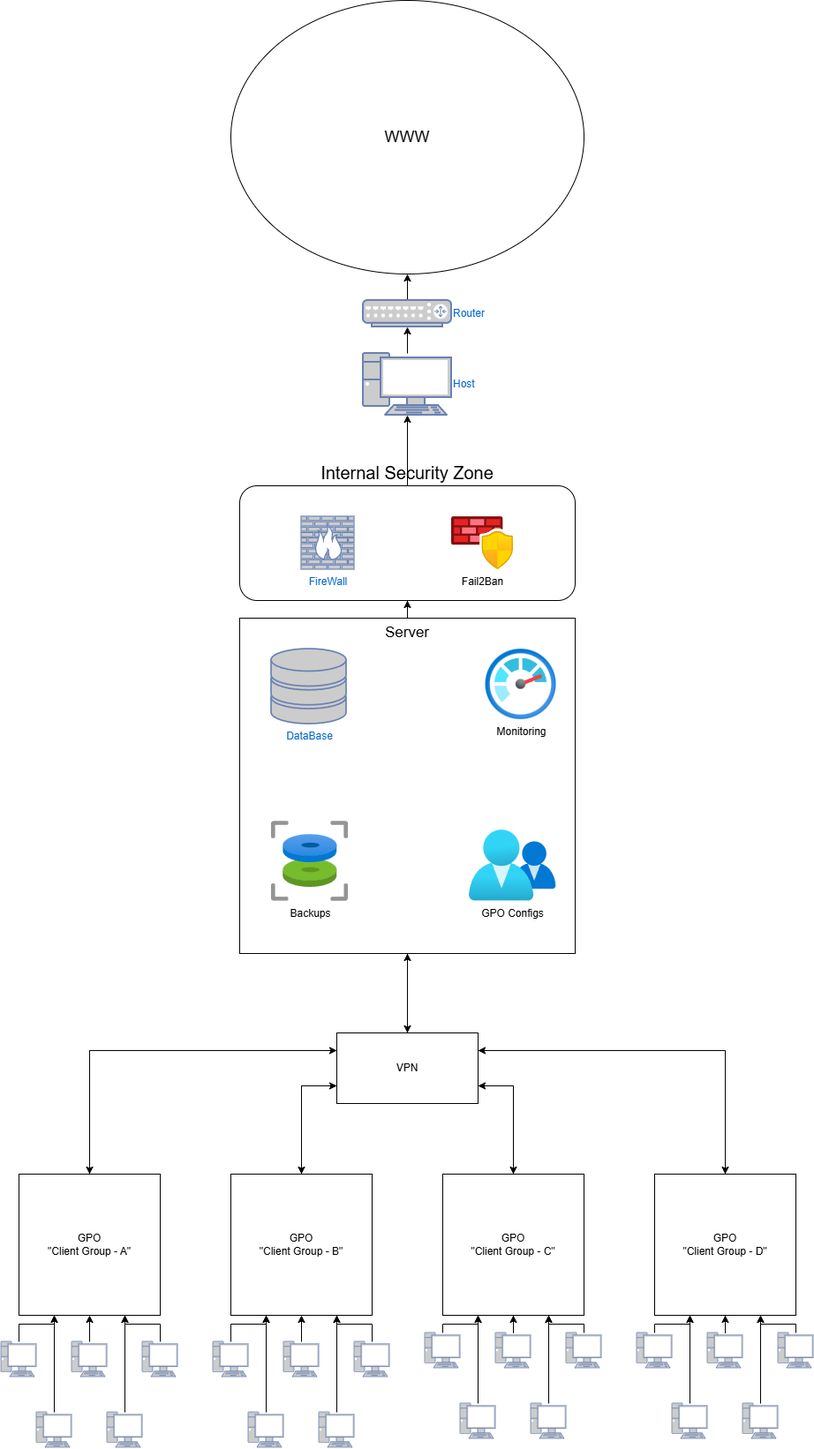
deNStep123/home-mini-company-infrastructure keeps this draw.io diagram as architecture/HMCI Internal Architecture.png. Above is the earlier version. Source tidied: cells renumbered, new cells last; positions are measured from the earlier drawing's top-left corner, leaving out a move shared by most shapes.
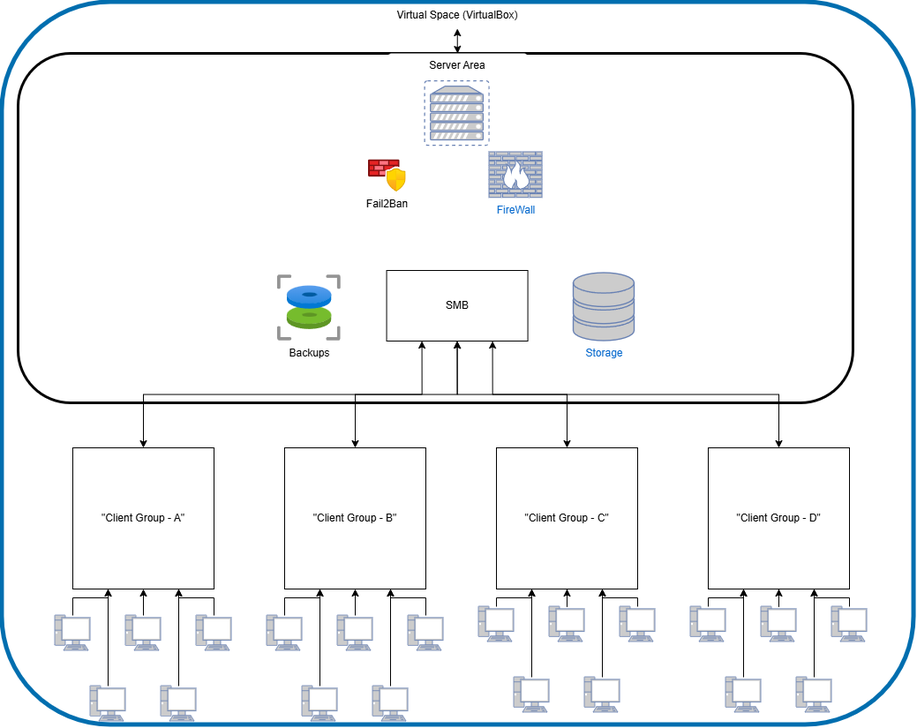
After the commit.

The edit, as a diff of the source:
```diff
@@ -1,74 +1,31 @@
-<mxGraphModel>
+<mxGraphModel background="light-dark(#FFFFFF,#000000)">
   <root>
     <mxCell id="0" />
     <mxCell id="1" parent="0" />
-    <mxCell id="2" style="edgeStyle=orthogonalEdgeStyle;rounded=0;jettySize=auto;html=1;entryX=0.5;entryY=1;entryDx=0;entryDy=0;" parent="1" edge="1" source="4" target="5">
-      <mxGeometry relative="1" as="geometry" />
-    </mxCell>
-    <mxCell id="3" style="edgeStyle=orthogonalEdgeStyle;rounded=0;jettySize=auto;html=1;exitX=0.5;exitY=1;exitDx=0;exitDy=0;entryX=0.5;entryY=0;entryDx=0;entryDy=0;" parent="1" edge="1" source="4" target="19">
-      <mxGeometry relative="1" as="geometry" />
-    </mxCell>
-    <mxCell id="4" value="&lt;font style=&quot;font-size: 17px;&quot;&gt;Server&lt;/font&gt;" style="whiteSpace=wrap;html=1;fillColor=default;horizontal=1;verticalAlign=top;" parent="1" vertex="1">
-      <mxGeometry x="270" y="700" width="380" height="380" as="geometry" />
-    </mxCell>
-    <mxCell id="5" value="Internal Security Zone" style="rounded=1;whiteSpace=wrap;html=1;fillColor=default;labelPosition=center;verticalLabelPosition=top;align=center;verticalAlign=bottom;autosizeText=0;fontSize=20;convertToSvg=0;svgWhiteSpace=wrap;" parent="1" vertex="1">
-      <mxGeometry x="270" y="550" width="380" height="130" as="geometry" />
-    </mxCell>
-    <mxCell id="6" style="edgeStyle=orthogonalEdgeStyle;rounded=0;jettySize=auto;html=1;entryX=0;entryY=0.25;entryDx=0;entryDy=0;" parent="1" edge="1" source="7" target="19">
-      <mxGeometry relative="1" as="geometry">
-        <Array as="points">
-          <mxPoint x="100" y="1190" />
-        </Array>
-      </mxGeometry>
+    <mxCell id="6" style="edgeStyle=orthogonalEdgeStyle;rounded=0;jettySize=auto;html=1;entryX=0.25;entryY=1;entryDx=0;entryDy=0;exitX=0.5;exitY=0;exitDx=0;exitDy=0;startArrow=classic;startFill=1;" parent="1" edge="1" source="7" target="19">
+      <mxGeometry relative="1" as="geometry" />
     </mxCell>
-    <mxCell id="7" value="&lt;div&gt;GPO&lt;/div&gt;&quot;Client Group - A&lt;span style=&quot;color: light-dark(rgb(0, 0, 0), rgb(255, 255, 255)); background-color: transparent;&quot;&gt;&quot;&lt;/span&gt;" style="rounded=0;whiteSpace=wrap;html=1;" parent="1" vertex="1">
+    <mxCell id="7" value="&lt;div&gt;&lt;span style=&quot;background-color: transparent; color: light-dark(rgb(0, 0, 0), rgb(255, 255, 255));&quot;&gt;&quot;Client Group - A&lt;/span&gt;&lt;span style=&quot;background-color: transparent; color: light-dark(rgb(0, 0, 0), rgb(255, 255, 255));&quot;&gt;&quot;&lt;/span&gt;&lt;/div&gt;" style="rounded=0;whiteSpace=wrap;html=1;" parent="1" vertex="1">
       <mxGeometry x="20" y="1330" width="160" height="160" as="geometry" />
     </mxCell>
-    <mxCell id="8" style="edgeStyle=orthogonalEdgeStyle;rounded=0;jettySize=auto;html=1;entryX=0;entryY=0.75;entryDx=0;entryDy=0;" parent="1" edge="1" source="9" target="19">
+    <mxCell id="8" style="edgeStyle=orthogonalEdgeStyle;rounded=0;jettySize=auto;html=1;entryX=0.5;entryY=1;entryDx=0;entryDy=0;startArrow=classic;startFill=1;" parent="1" edge="1" source="9" target="19">
       <mxGeometry relative="1" as="geometry" />
     </mxCell>
-    <mxCell id="9" value="&lt;div&gt;GPO&lt;/div&gt;&quot;Client Group - B&lt;span style=&quot;color: light-dark(rgb(0, 0, 0), rgb(255, 255, 255)); background-color: transparent;&quot;&gt;&quot;&lt;/span&gt;" style="rounded=0;whiteSpace=wrap;html=1;" parent="1" vertex="1">
+    <mxCell id="9" value="&lt;div&gt;&lt;span style=&quot;background-color: transparent; color: light-dark(rgb(0, 0, 0), rgb(255, 255, 255));&quot;&gt;&quot;Client Group - B&lt;/span&gt;&lt;span style=&quot;background-color: transparent; color: light-dark(rgb(0, 0, 0), rgb(255, 255, 255));&quot;&gt;&quot;&lt;/span&gt;&lt;/div&gt;" style="rounded=0;whiteSpace=wrap;html=1;" parent="1" vertex="1">
       <mxGeometry x="260" y="1330" width="160" height="160" as="geometry" />
     </mxCell>
-    <mxCell id="10" style="edgeStyle=orthogonalEdgeStyle;rounded=0;jettySize=auto;html=1;entryX=1;entryY=0.75;entryDx=0;entryDy=0;" parent="1" edge="1" source="11" target="19">
+    <mxCell id="10" style="edgeStyle=orthogonalEdgeStyle;rounded=0;jettySize=auto;html=1;entryX=0.5;entryY=1;entryDx=0;entryDy=0;startArrow=classic;startFill=1;" parent="1" edge="1" source="11" target="19">
       <mxGeometry relative="1" as="geometry" />
     </mxCell>
-    <mxCell id="11" value="&lt;div&gt;GPO&lt;/div&gt;&quot;Client Group - C&lt;span style=&quot;color: light-dark(rgb(0, 0, 0), rgb(255, 255, 255)); background-color: transparent;&quot;&gt;&quot;&lt;/span&gt;" style="rounded=0;whiteSpace=wrap;html=1;" parent="1" vertex="1">
+    <mxCell id="11" value="&lt;div&gt;&lt;span style=&quot;background-color: transparent; color: light-dark(rgb(0, 0, 0), rgb(255, 255, 255));&quot;&gt;&quot;Client Group - C&lt;/span&gt;&lt;span style=&quot;background-color: transparent; color: light-dark(rgb(0, 0, 0), rgb(255, 255, 255));&quot;&gt;&quot;&lt;/span&gt;&lt;/div&gt;" style="rounded=0;whiteSpace=wrap;html=1;" parent="1" vertex="1">
       <mxGeometry x="500" y="1330" width="160" height="160" as="geometry" />
     </mxCell>
-    <mxCell id="12" style="edgeStyle=orthogonalEdgeStyle;rounded=0;jettySize=auto;html=1;entryX=1;entryY=0.25;entryDx=0;entryDy=0;" parent="1" edge="1" source="13" target="19">
-      <mxGeometry relative="1" as="geometry">
-        <Array as="points">
-          <mxPoint x="820" y="1190" />
-        </Array>
-      </mxGeometry>
+    <mxCell id="12" style="edgeStyle=orthogonalEdgeStyle;rounded=0;jettySize=auto;html=1;entryX=0.75;entryY=1;entryDx=0;entryDy=0;exitX=0.5;exitY=0;exitDx=0;exitDy=0;startArrow=classic;startFill=1;" parent="1" edge="1" source="13" target="19">
+      <mxGeometry relative="1" as="geometry" />
     </mxCell>
-    <mxCell id="13" value="&lt;div&gt;GPO&lt;/div&gt;&quot;Client Group -&amp;nbsp;&lt;span style=&quot;background-color: transparent; color: light-dark(rgb(0, 0, 0), rgb(255, 255, 255));&quot;&gt;D&quot;&lt;/span&gt;" style="rounded=0;whiteSpace=wrap;html=1;" parent="1" vertex="1">
+    <mxCell id="13" value="&lt;div&gt;&lt;span style=&quot;background-color: transparent; color: light-dark(rgb(0, 0, 0), rgb(255, 255, 255));&quot;&gt;&quot;Client Group -&amp;nbsp;&lt;/span&gt;&lt;span style=&quot;background-color: transparent; color: light-dark(rgb(0, 0, 0), rgb(255, 255, 255));&quot;&gt;D&quot;&lt;/span&gt;&lt;/div&gt;" style="rounded=0;whiteSpace=wrap;html=1;" parent="1" vertex="1">
       <mxGeometry x="740" y="1330" width="160" height="160" as="geometry" />
     </mxCell>
-    <mxCell id="14" style="edgeStyle=orthogonalEdgeStyle;rounded=0;jettySize=auto;html=1;entryX=0.5;entryY=1;entryDx=0;entryDy=0;" parent="1" edge="1" source="19" target="4">
-      <mxGeometry relative="1" as="geometry" />
-    </mxCell>
-    <mxCell id="15" style="edgeStyle=orthogonalEdgeStyle;rounded=0;jettySize=auto;html=1;exitX=1;exitY=0.75;exitDx=0;exitDy=0;" parent="1" edge="1" source="19">
-      <mxGeometry relative="1" as="geometry">
-        <mxPoint x="580" y="1330" as="targetPoint" />
-      </mxGeometry>
-    </mxCell>
-    <mxCell id="16" style="edgeStyle=orthogonalEdgeStyle;rounded=0;jettySize=auto;html=1;exitX=0;exitY=0.75;exitDx=0;exitDy=0;entryX=0.5;entryY=0;entryDx=0;entryDy=0;" parent="1" edge="1" source="19" target="9">
-      <mxGeometry relative="1" as="geometry" />
-    </mxCell>
-    <mxCell id="17" style="edgeStyle=orthogonalEdgeStyle;rounded=0;jettySize=auto;html=1;exitX=1;exitY=0.25;exitDx=0;exitDy=0;entryX=0.5;entryY=0;entryDx=0;entryDy=0;" parent="1" edge="1" source="19" target="13">
-      <mxGeometry relative="1" as="geometry" />
-    </mxCell>
-    <mxCell id="18" style="edgeStyle=orthogonalEdgeStyle;rounded=0;jettySize=auto;html=1;exitX=0;exitY=0.25;exitDx=0;exitDy=0;entryX=0.5;entryY=0;entryDx=0;entryDy=0;" parent="1" edge="1" source="19" target="7">
-      <mxGeometry relative="1" as="geometry" />
-    </mxCell>
-    <mxCell id="19" value="VPN" style="rounded=0;whiteSpace=wrap;html=1;" parent="1" vertex="1">
-      <mxGeometry x="380" y="1170" width="160" height="80" as="geometry" />
-    </mxCell>
-    <mxCell id="20" value="&lt;font style=&quot;font-size: 18px;&quot;&gt;WWW&lt;/font&gt;" style="ellipse;whiteSpace=wrap;html=1;" parent="1" vertex="1">
-      <mxGeometry x="260" width="400" height="310" as="geometry" />
-    </mxCell>
     <mxCell id="21" style="edgeStyle=orthogonalEdgeStyle;rounded=0;jettySize=auto;html=1;entryX=0.25;entryY=1;entryDx=0;entryDy=0;" parent="1" edge="1" source="22" target="7">
       <mxGeometry relative="1" as="geometry" />
     </mxCell>
@@ -212,38 +169,41 @@
     <mxCell id="60" style="edgeStyle=orthogonalEdgeStyle;rounded=0;jettySize=auto;html=1;entryX=0.25;entryY=1;entryDx=0;entryDy=0;" parent="1" edge="1" source="27" target="7">
       <mxGeometry relative="1" as="geometry" />
     </mxCell>
-    <mxCell id="61" value="Host" style="fontColor=#0066CC;verticalAlign=middle;verticalLabelPosition=middle;labelPosition=right;align=left;html=1;outlineConnect=0;fillColor=#CCCCCC;strokeColor=#6881B3;gradientColor=none;gradientDirection=north;strokeWidth=2;shape=mxgraph.networks.pc;" parent="1" vertex="1">
-      <mxGeometry x="410" y="400" width="100" height="70" as="geometry" />
-    </mxCell>
-    <mxCell id="62" style="edgeStyle=orthogonalEdgeStyle;rounded=0;jettySize=auto;html=1;entryX=0.5;entryY=1;entryDx=0;entryDy=0;" parent="1" edge="1" source="63" target="20">
-      <mxGeometry relative="1" as="geometry" />
-    </mxCell>
-    <mxCell id="63" value="Router" style="fontColor=#0066CC;verticalAlign=middle;verticalLabelPosition=middle;labelPosition=right;align=left;html=1;outlineConnect=0;fillColor=#CCCCCC;strokeColor=#6881B3;gradientColor=none;gradientDirection=north;strokeWidth=2;shape=mxgraph.networks.router;" parent="1" vertex="1">
-      <mxGeometry x="410" y="340" width="100" height="30" as="geometry" />
-    </mxCell>
-    <mxCell id="64" style="edgeStyle=orthogonalEdgeStyle;rounded=0;jettySize=auto;html=1;entryX=0.5;entryY=1;entryDx=0;entryDy=0;entryPerimeter=0;" parent="1" edge="1" source="61" target="63">
-      <mxGeometry relative="1" as="geometry" />
-    </mxCell>
-    <mxCell id="65" value="DataBase" style="fontColor=light-dark(#0066CC,#66B2FF);verticalAlign=top;verticalLabelPosition=bottom;labelPosition=center;align=center;html=1;fillColor=#CCCCCC;strokeColor=#6881B3;gradientColor=none;gradientDirection=north;strokeWidth=2;shape=mxgraph.networks.storage;" parent="1" vertex="1">
-      <mxGeometry x="306" y="735" width="85" height="85" as="geometry" />
-    </mxCell>
+    <mxCell id="72" style="edgeStyle=orthogonalEdgeStyle;rounded=0;jettySize=auto;html=1;startArrow=classic;startFill=1;" parent="1" edge="1" source="73" target="76">
+      <mxGeometry relative="1" as="geometry" />
+    </mxCell>
+    <mxCell id="73" value="Virtual Space (VirtualBox)" style="text;html=1;whiteSpace=wrap;strokeColor=none;fillColor=light-dark(#FFFFFF,#66B2FF);align=center;verticalAlign=middle;rounded=1;gradientColor=none;" parent="1" vertex="1">
+      <mxGeometry x="382" y="825" width="147.6" height="30" as="geometry" />
+    </mxCell>
+    <mxCell id="74" style="rounded=1;whiteSpace=wrap;html=1;fillColor=none;strokeWidth=5;fontColor=#ffffff;strokeColor=#006EAF;" parent="1" vertex="1">
+      <mxGeometry x="-60.1" y="825" width="1033.1" height="819" as="geometry" />
+    </mxCell>
+    <mxCell id="75" style="rounded=1;whiteSpace=wrap;html=1;gradientColor=default;fillColor=none;strokeWidth=3;strokeColor=light-dark(#000000,#9999FF);" parent="1" vertex="1">
+      <mxGeometry x="-42" y="883" width="945.9" height="396" as="geometry" />
+    </mxCell>
+    <mxCell id="76" value="Server Area" style="text;html=1;whiteSpace=wrap;strokeColor=none;fillColor=light-dark(#FFFFFF,#9999FF);align=center;verticalAlign=middle;rounded=1;gradientColor=none;" parent="1" vertex="1">
+      <mxGeometry x="377" y="883" width="158.3" height="28.1" as="geometry" />
+    </mxCell>
+    <mxCell id="77" style="fontColor=#0066CC;verticalAlign=top;verticalLabelPosition=bottom;labelPosition=center;align=center;html=1;fillColor=#CCCCCC;strokeColor=#6881B3;gradientColor=none;gradientDirection=north;strokeWidth=2;shape=mxgraph.networks.virtual_server;" parent="1" vertex="1">
+      <mxGeometry x="419.1" y="914.6" width="73" height="73" as="geometry" />
+    </mxCell>
+    <mxCell id="19" value="SMB" style="rounded=0;whiteSpace=wrap;html=1;" parent="1" vertex="1">
+      <mxGeometry x="375.6" y="1129" width="160" height="80" as="geometry" />
+    </mxCell>
+    <mxCell id="78" value="Storage" style="fontColor=#0066CC;verticalAlign=top;verticalLabelPosition=bottom;labelPosition=center;align=center;html=1;fillColor=#CCCCCC;strokeColor=#6881B3;gradientColor=none;gradientDirection=north;strokeWidth=2;shape=mxgraph.networks.storage;labelBackgroundColor=default;" parent="1" vertex="1">
+      <mxGeometry x="587.5" y="1132" width="69" height="77" as="geometry" />
+    </mxCell>
+    <mxCell id="79" style="group;" parent="1" vertex="1">
+      <mxGeometry x="492.1" y="995" width="150" height="53.4" as="geometry" />
+    </mxCell>
-    <mxCell id="66" value="FireWall" style="fontColor=#0066CC;verticalAlign=top;verticalLabelPosition=bottom;labelPosition=center;align=center;html=1;fillColor=#CCCCCC;strokeColor=#6881B3;gradientColor=none;gradientDirection=north;strokeWidth=2;shape=mxgraph.networks.firewall;" parent="1" vertex="1">
-      <mxGeometry x="340" y="585" width="60" height="60" as="geometry" />
+    <mxCell id="66" value="FireWall" style="fontColor=#0066CC;verticalAlign=top;verticalLabelPosition=bottom;labelPosition=center;align=center;html=1;fillColor=#CCCCCC;strokeColor=#6881B3;gradientColor=none;gradientDirection=north;strokeWidth=2;shape=mxgraph.networks.firewall;" parent="79" vertex="1">
+      <mxGeometry width="60" height="51.7" as="geometry" />
     </mxCell>
     <mxCell id="67" value="Fail2Ban" style="image;html=1;align=center;fontSize=12;image=img/lib/azure2/networking/Azure_Firewall_Manager.svg;" parent="1" vertex="1">
-      <mxGeometry x="510" y="585" width="70" height="60" as="geometry" />
+      <mxGeometry x="355" y="1003.4" width="42.6" height="36.5" as="geometry" />
     </mxCell>
-    <mxCell id="68" style="edgeStyle=orthogonalEdgeStyle;rounded=0;jettySize=auto;html=1;entryX=0.5;entryY=1;entryDx=0;entryDy=0;entryPerimeter=0;" parent="1" edge="1" source="5" target="61">
-      <mxGeometry relative="1" as="geometry" />
-    </mxCell>
-    <mxCell id="69" value="Monitoring" style="image;html=1;align=center;fontSize=12;image=img/lib/azure2/management_governance/Monitor.svg;fontColor=light-dark(#000000,#66B2FF);" parent="1" vertex="1">
-      <mxGeometry x="548.6" y="735" width="80" height="80" as="geometry" />
-    </mxCell>
-    <mxCell id="70" value="GPO Configs" style="image;html=1;align=center;fontSize=12;image=img/lib/azure2/identity/Groups.svg;fontColor=light-dark(#000000,#66B2FF);" parent="1" vertex="1">
-      <mxGeometry x="530" y="939.8" width="98.6" height="81.2" as="geometry" />
-    </mxCell>
     <mxCell id="71" value="Backups" style="image;html=1;align=center;fontSize=12;image=img/lib/azure2/compute/Disks_Snapshots.svg;fontColor=light-dark(#000000,#3399FF);" parent="1" vertex="1">
-      <mxGeometry x="306" y="930" width="87.2" height="91" as="geometry" />
+      <mxGeometry x="252" y="1134" width="71.8" height="75" as="geometry" />
     </mxCell>
   </root>
 </mxGraphModel>
```
